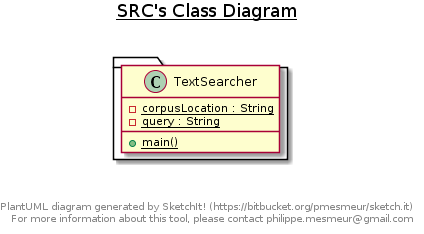
ZivBA/TextSearcherBeta keeps this PlantUML diagram as src/src.png. Above is the earlier version. Source of this version:
```plantuml
@startuml

title __SRC's Class Diagram__\n

  package  {
    class TextSearcher {
        {static} - corpusLocation : String
        {static} - query : String
        {static} + main()
    }
  }




right footer


PlantUML diagram generated by SketchIt! (https://bitbucket.org/pmesmeur/sketch.it)
For more information about this tool, please contact philippe.mesmeur@gmail.com
endfooter

@enduml
```
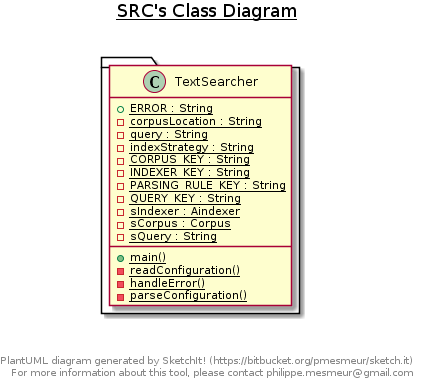
Later version of the same file.

Diff of the diagram source:
```diff
@@ -4,9 +4,21 @@
 
   package  {
     class TextSearcher {
+        {static} + ERROR : String
         {static} - corpusLocation : String
         {static} - query : String
+        {static} - indexStrategy : String
+        {static} - CORPUS_KEY : String
+        {static} - INDEXER_KEY : String
+        {static} - PARSING_RULE_KEY : String
+        {static} - QUERY_KEY : String
+        {static} - sIndexer : Aindexer
+        {static} - sCorpus : Corpus
+        {static} - sQuery : String
         {static} + main()
+        {static} - readConfiguration()
+        {static} - handleError()
+        {static} - parseConfiguration()
     }
   }
 
```
